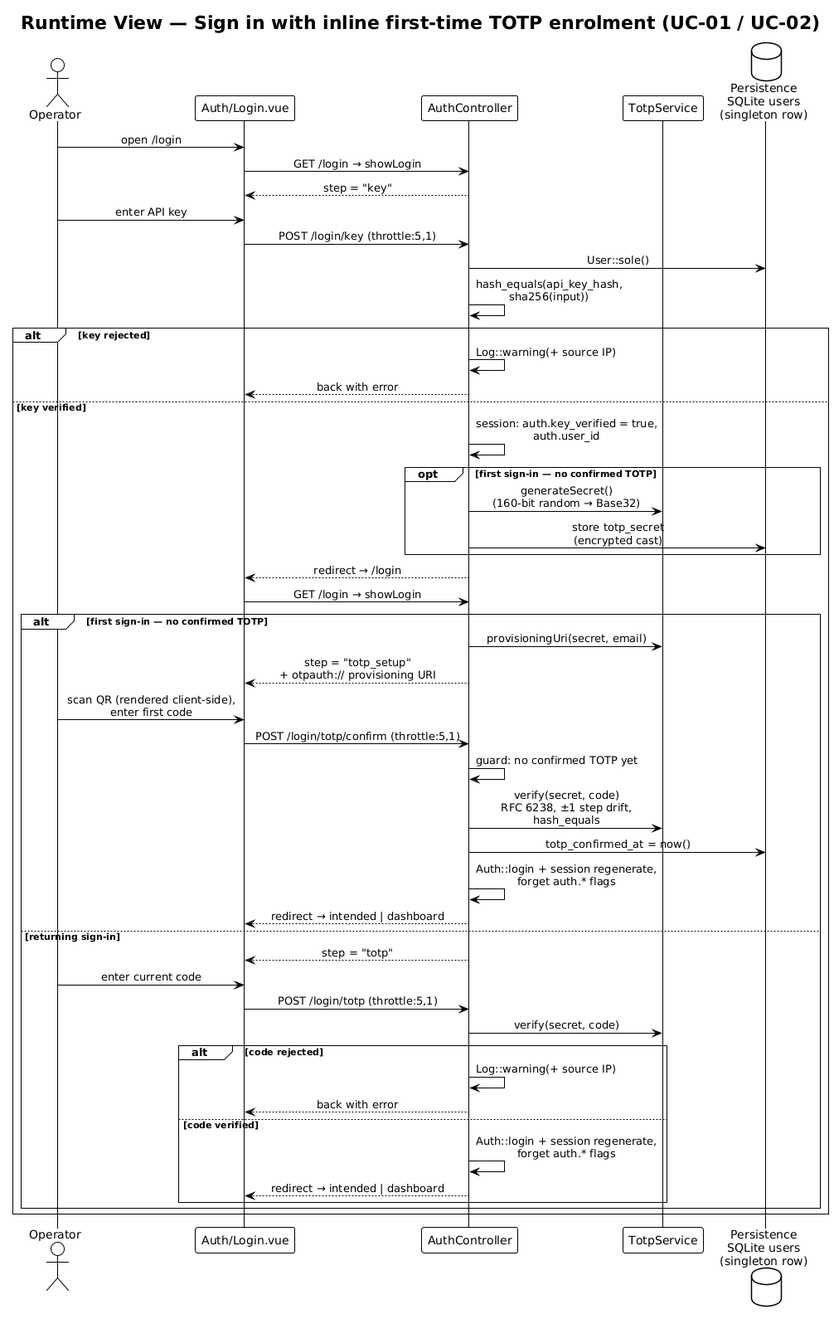
Before: docs/arch/diagrams-png/a06-sign-in.png, a diagram exported from PlantUML (carstenlucke/herold).
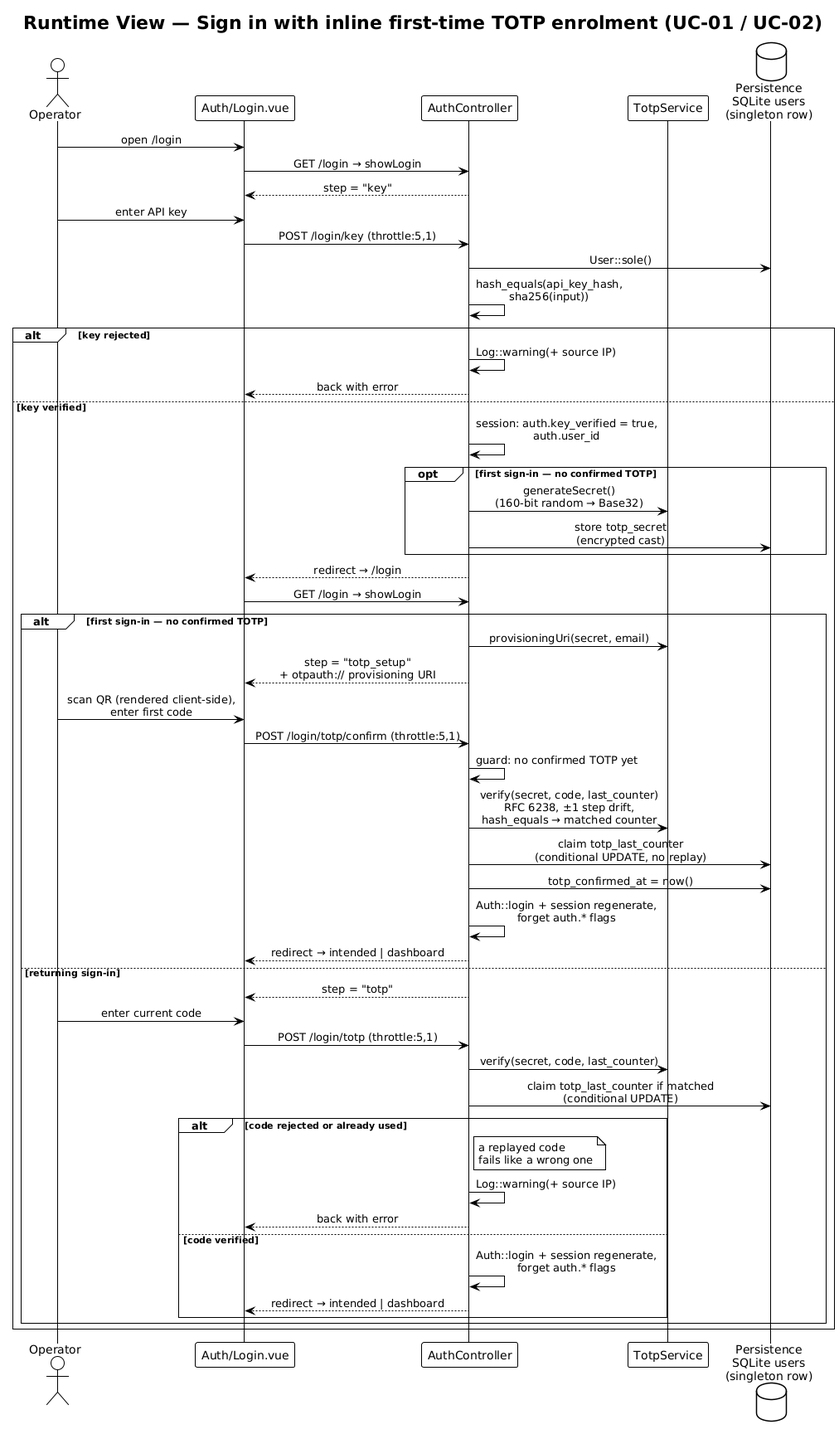
After the commit.

The edit, as a diff of the source:
```diff
@@ -36,7 +36,8 @@
     op -> ui : scan QR (rendered client-side),\nenter first code
     ui -> auth : POST /login/totp/confirm (throttle:5,1)
     auth -> auth : guard: no confirmed TOTP yet
-    auth -> totp : verify(secret, code)\nRFC 6238, ±1 step drift,\nhash_equals
+    auth -> totp : verify(secret, code, last_counter)\nRFC 6238, ±1 step drift,\nhash_equals → matched counter
+    auth -> db : claim totp_last_counter\n(conditional UPDATE, no replay)
     auth -> db : totp_confirmed_at = now()
     auth -> auth : Auth::login + session regenerate,\nforget auth.* flags
     auth --> ui : redirect → intended | dashboard
@@ -44,8 +45,10 @@
     auth --> ui : step = "totp"
     op -> ui : enter current code
     ui -> auth : POST /login/totp (throttle:5,1)
-    auth -> totp : verify(secret, code)
-    alt code rejected
+    auth -> totp : verify(secret, code, last_counter)
+    auth -> db : claim totp_last_counter if matched\n(conditional UPDATE)
+    alt code rejected or already used
+      note right of auth : a replayed code\nfails like a wrong one
       auth -> auth : Log::warning(+ source IP)
       auth --> ui : back with error
     else code verified
```
